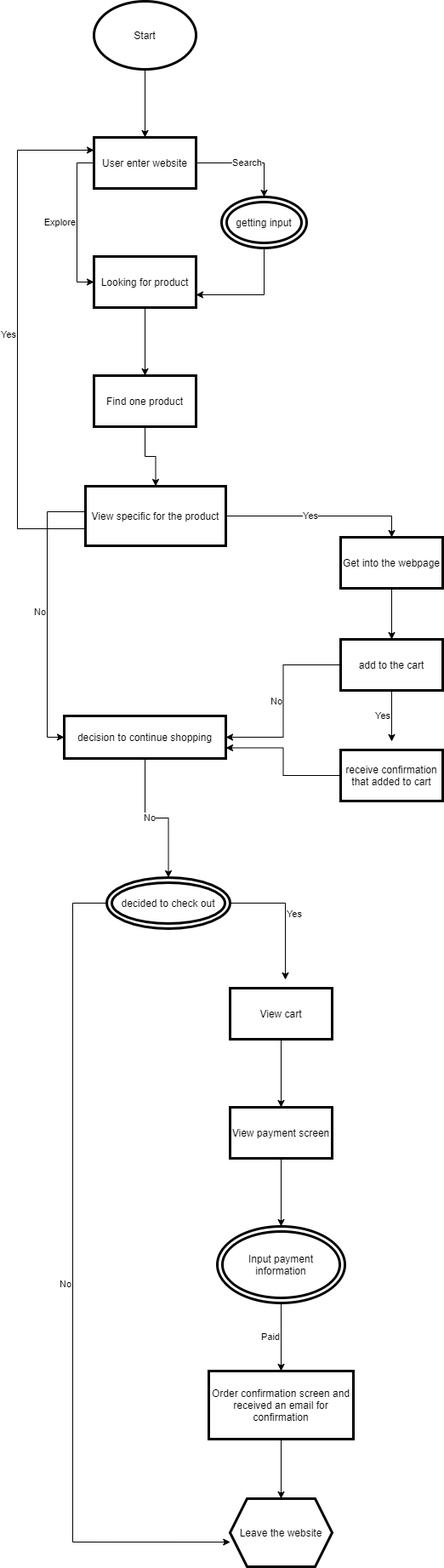
The draw.io diagram explore/diagramming/diagram.drawio.png in SikYinSun/fa21-cse110-lab4, before a commit. Source tidied: cells renumbered, new cells last; positions are measured from the earlier drawing's top-left corner, leaving out a move shared by most shapes.
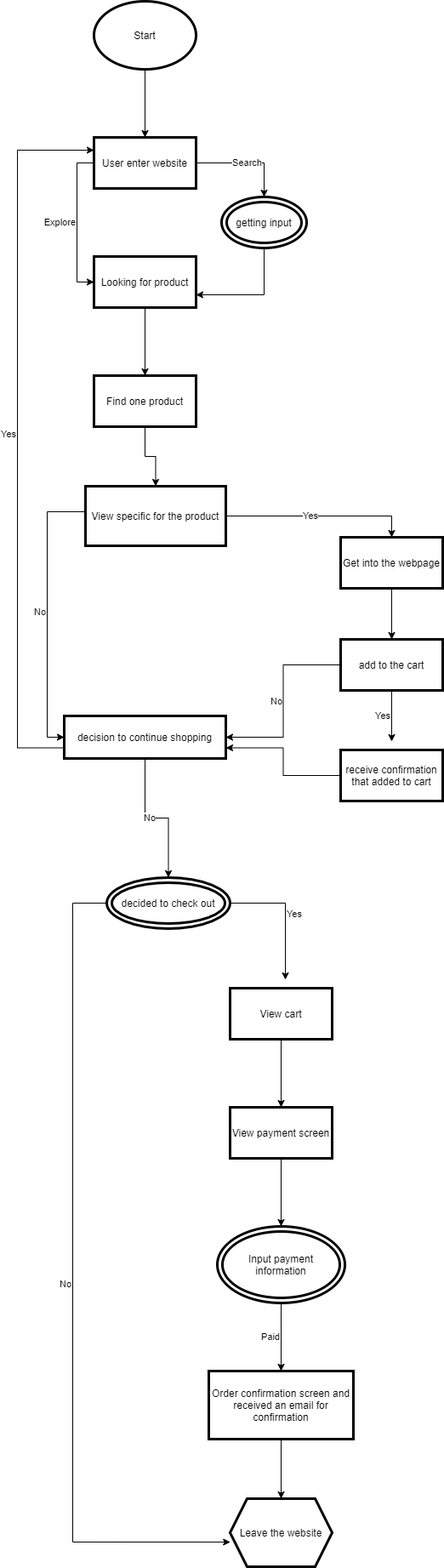
After the change.

Change to the diagram source:
```diff
@@ -97,10 +97,10 @@
     <mxCell id="26" value="Yes" style="edgeStyle=orthogonalEdgeStyle;rounded=0;jettySize=auto;html=1;entryX=0.5;entryY=0;entryDx=0;entryDy=0;align=right;" parent="1" edge="1" source="28" target="32">
       <mxGeometry relative="1" as="geometry" />
     </mxCell>
-    <mxCell id="27" value="Yes" style="edgeStyle=orthogonalEdgeStyle;rounded=0;jettySize=auto;html=1;entryX=0;entryY=0.25;entryDx=0;entryDy=0;align=right;" parent="1" edge="1" source="28" target="6">
+    <mxCell id="27" value="Yes" style="edgeStyle=orthogonalEdgeStyle;rounded=0;jettySize=auto;html=1;entryX=0;entryY=0.25;entryDx=0;entryDy=0;align=right;exitX=0;exitY=0.75;exitDx=0;exitDy=0;" parent="1" edge="1" source="30" target="6">
       <mxGeometry relative="1" as="geometry">
         <Array as="points">
-          <mxPoint y="620" />
+          <mxPoint y="878" />
           <mxPoint y="175" />
         </Array>
       </mxGeometry>
```
